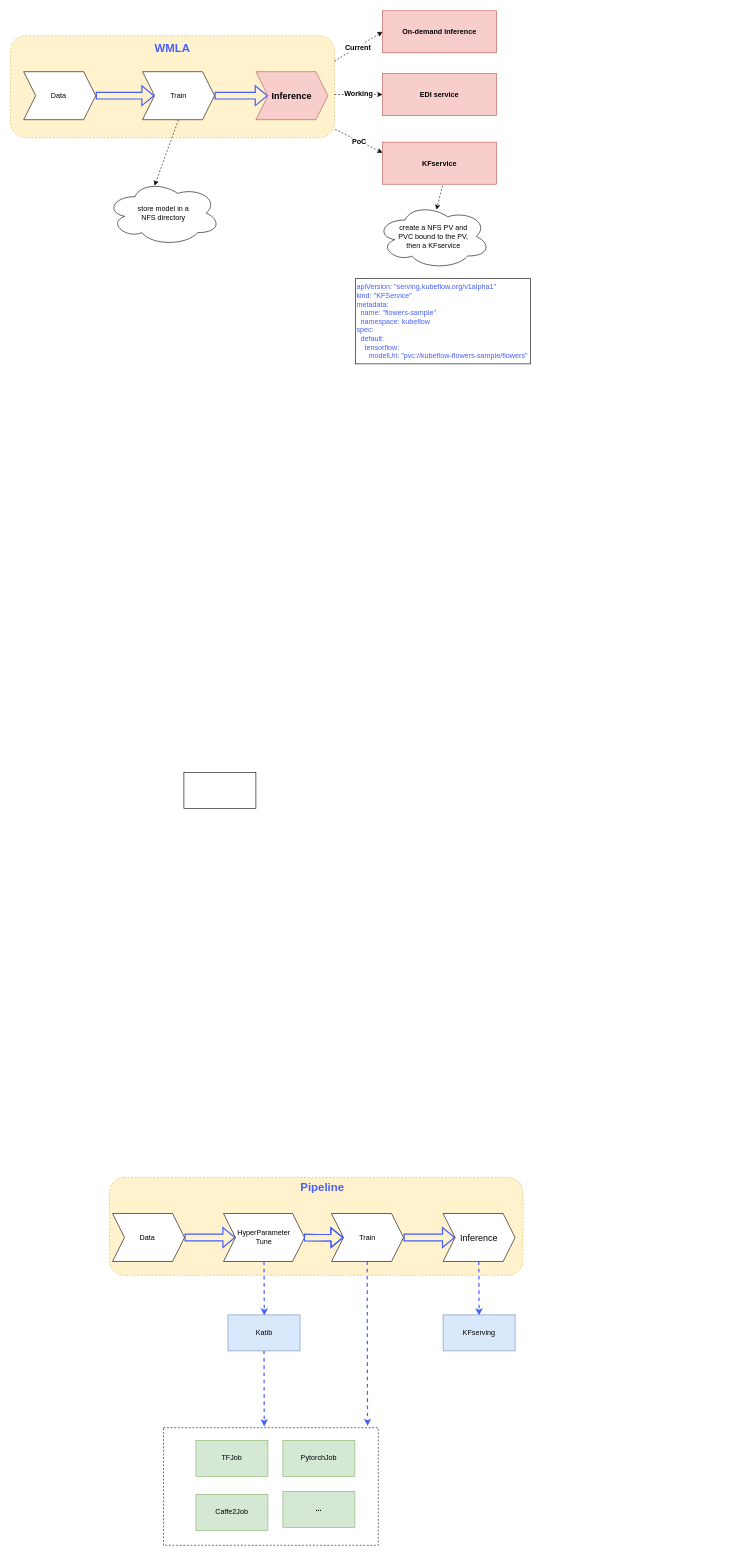
This is Untitled Diagram.drawio from hougangliu/chart, a draw.io file, before an edit. Source tidied: cells renumbered, new cells numbered last; positions are measured from the earlier drawing's top-left corner, leaving out a move shared by most shapes. Both pictures are drawn from the tidied source at 60%, with x=0, y=0 at pixel (10, 10). Pictures stored in the file or linked from it are replaced by grey dashed boxes.
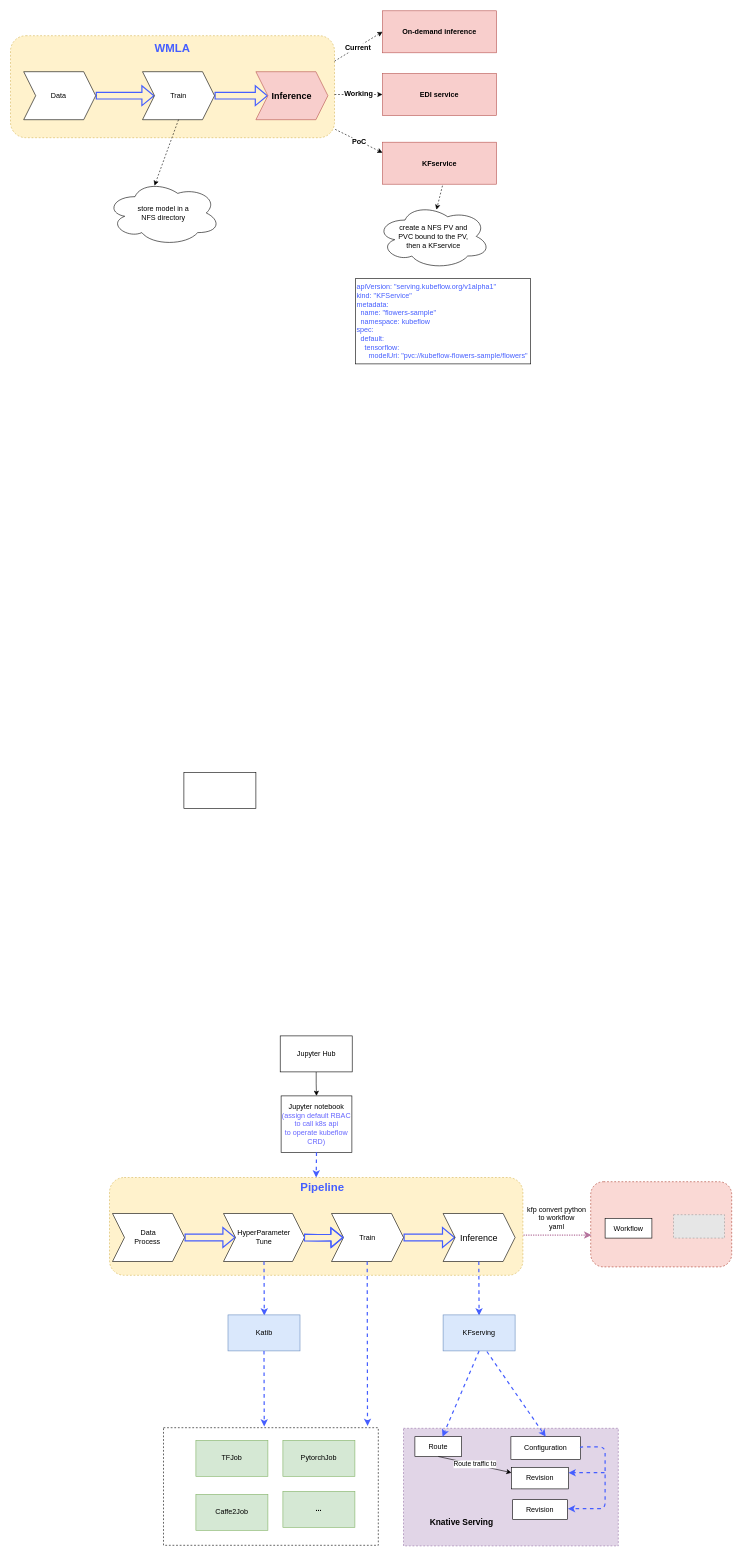
After the change.

The change refers to these unchanged cells:
```xml
<mxCell id="25" style="rounded=1;whiteSpace=wrap;html=1;dashed=1;fillColor=#fff2cc;strokeColor=#d6b656;" parent="1" vertex="1">
  <mxGeometry x="165" y="1945" width="689" height="163" as="geometry" />
</mxCell>
<mxCell id="38" value="KFserving" style="rounded=0;whiteSpace=wrap;html=1;strokeColor=#6c8ebf;fillColor=#dae8fc;" parent="1" vertex="1">
  <mxGeometry x="721" y="2174" width="120" height="60" as="geometry" />
</mxCell>
```

Diff of the diagram source:
```diff
@@
+    <mxCell id="44" style="rounded=1;whiteSpace=wrap;html=1;dashed=1;fillColor=#fad9d5;strokeColor=#ae4132;" parent="1" vertex="1">
+      <mxGeometry x="967" y="1952" width="235" height="142" as="geometry" />
+    </mxCell>
@@
-    <mxCell id="27" value="Data&amp;nbsp;" style="shape=step;perimeter=stepPerimeter;whiteSpace=wrap;html=1;fixedSize=1;" parent="1" vertex="1">
+    <mxCell id="27" value="Data&lt;br&gt;Process&amp;nbsp;" style="shape=step;perimeter=stepPerimeter;whiteSpace=wrap;html=1;fixedSize=1;" parent="1" vertex="1">
       <mxGeometry x="170" y="2005" width="120" height="80" as="geometry" />
     </mxCell>
@@
+    <mxCell id="45" style="rounded=0;whiteSpace=wrap;html=1;strokeColor=#9673a6;dashed=1;fillColor=#e1d5e7;" parent="1" vertex="1">
+      <mxGeometry x="655" y="2363" width="358" height="196" as="geometry" />
+    </mxCell>
+    <mxCell id="46" value="Route" style="rounded=0;whiteSpace=wrap;html=1;strokeColor=#000000;" parent="1" vertex="1">
+      <mxGeometry x="674" y="2377" width="78" height="33" as="geometry" />
+    </mxCell>
+    <mxCell id="47" value="Configuration" style="rounded=0;whiteSpace=wrap;html=1;strokeColor=#000000;" parent="1" vertex="1">
+      <mxGeometry x="834" y="2377" width="116" height="38" as="geometry" />
+    </mxCell>
+    <mxCell id="48" style="edgeStyle=segmentEdgeStyle;endArrow=classic;html=1;dashed=1;strokeColor=#455EFF;strokeWidth=2;exitX=1;exitY=0.5;exitDx=0;exitDy=0;" parent="1" edge="1" source="47">
+      <mxGeometry relative="1" as="geometry">
+        <mxPoint x="929" y="2497" as="targetPoint" />
+        <Array as="points">
+          <mxPoint x="991" y="2394" />
+          <mxPoint x="991" y="2497" />
+        </Array>
+      </mxGeometry>
+    </mxCell>
+    <mxCell id="49" value="Revision" style="rounded=0;whiteSpace=wrap;html=1;strokeColor=#000000;" parent="1" vertex="1">
+      <mxGeometry x="835" y="2428" width="95" height="36" as="geometry" />
+    </mxCell>
+    <mxCell id="50" value="Revision" style="rounded=0;whiteSpace=wrap;html=1;strokeColor=#000000;" parent="1" vertex="1">
+      <mxGeometry x="837" y="2482" width="91" height="33" as="geometry" />
+    </mxCell>
+    <mxCell id="51" style="endArrow=classic;html=1;dashed=1;strokeColor=#455EFF;strokeWidth=2;entryX=1;entryY=0.25;entryDx=0;entryDy=0;" parent="1" edge="1" target="49">
+      <mxGeometry relative="1" as="geometry">
+        <mxPoint x="990" y="2437" as="sourcePoint" />
+      </mxGeometry>
+    </mxCell>
+    <mxCell id="52" style="endArrow=classic;html=1;dashed=1;strokeColor=#455EFF;strokeWidth=2;exitX=0.5;exitY=1;exitDx=0;exitDy=0;" parent="1" edge="1" source="38" target="46">
+      <mxGeometry relative="1" as="geometry" />
+    </mxCell>
+    <mxCell id="53" style="endArrow=classic;html=1;dashed=1;strokeColor=#455EFF;strokeWidth=2;exitX=0.608;exitY=1.017;exitDx=0;exitDy=0;exitPerimeter=0;entryX=0.5;entryY=0;entryDx=0;entryDy=0;" parent="1" edge="1" source="38" target="47">
+      <mxGeometry relative="1" as="geometry" />
+    </mxCell>
+    <mxCell id="54" value="Route traffic to" style="endArrow=classic;html=1;strokeColor=#000000;strokeWidth=1;entryX=0;entryY=0.25;entryDx=0;entryDy=0;exitX=0.5;exitY=1;exitDx=0;exitDy=0;" parent="1" edge="1" source="46" target="49">
+      <mxGeometry relative="1" as="geometry" />
+    </mxCell>
+    <mxCell id="55" value="&lt;b&gt;&lt;font style=&quot;font-size: 14px&quot;&gt;Knative Serving&lt;/font&gt;&lt;/b&gt;" style="text;html=1;strokeColor=none;fillColor=none;align=center;verticalAlign=middle;whiteSpace=wrap;rounded=0;" parent="1" vertex="1">
+      <mxGeometry x="687" y="2511" width="130" height="17" as="geometry" />
+    </mxCell>
+    <mxCell id="56" style="fillColor=#E6E6E6;strokeColor=#999999;dashed=1;verticalLabelPosition=bottom;labelBackgroundColor=#ffffff;verticalAlign=top;" parent="1" vertex="1">
+      <mxGeometry x="1105" y="2007" width="85" height="39" as="geometry" />
+    </mxCell>
+    <mxCell id="57" style="endArrow=classic;html=1;strokeColor=#B5739D;strokeWidth=2;dashed=1;dashPattern=1 1;" parent="1" edge="1">
+      <mxGeometry relative="1" as="geometry">
+        <mxPoint x="855" y="2041" as="sourcePoint" />
+        <mxPoint x="968" y="2041" as="targetPoint" />
+      </mxGeometry>
+    </mxCell>
+    <mxCell id="58" value="Workflow" style="rounded=0;whiteSpace=wrap;html=1;strokeColor=#000000;" parent="1" vertex="1">
+      <mxGeometry x="991" y="2013" width="78" height="33" as="geometry" />
+    </mxCell>
+    <mxCell id="59" value="kfp convert python to workflow&lt;br&gt;yaml" style="text;html=1;strokeColor=none;fillColor=none;align=center;verticalAlign=middle;whiteSpace=wrap;rounded=0;" parent="1" vertex="1">
+      <mxGeometry x="856.5" y="1997" width="107" height="32" as="geometry" />
+    </mxCell>
+    <mxCell id="60" style="edgeStyle=orthogonalEdgeStyle;rounded=0;jettySize=auto;html=1;strokeColor=#000000;strokeWidth=1;" parent="1" edge="1" source="61" target="62">
+      <mxGeometry relative="1" as="geometry" />
+    </mxCell>
+    <mxCell id="61" value="Jupyter Hub" style="rounded=0;whiteSpace=wrap;html=1;strokeColor=#000000;" parent="1" vertex="1">
+      <mxGeometry x="449.5" y="1709" width="120" height="60" as="geometry" />
+    </mxCell>
+    <mxCell id="62" value="Jupyter notebook&lt;br&gt;&lt;font color=&quot;#6666ff&quot;&gt;(assign default RBAC to call k8s api to&amp;nbsp;operate kubeflow CRD)&lt;/font&gt;" style="rounded=0;whiteSpace=wrap;html=1;strokeColor=#000000;" parent="1" vertex="1">
+      <mxGeometry x="451" y="1809" width="118" height="94" as="geometry" />
+    </mxCell>
+    <mxCell id="63" style="endArrow=classic;html=1;dashed=1;strokeColor=#455EFF;strokeWidth=2;entryX=0.5;entryY=0;entryDx=0;entryDy=0;exitX=0.5;exitY=1;exitDx=0;exitDy=0;" parent="1" edge="1" source="62" target="25">
+      <mxGeometry relative="1" as="geometry" />
+    </mxCell>
```
